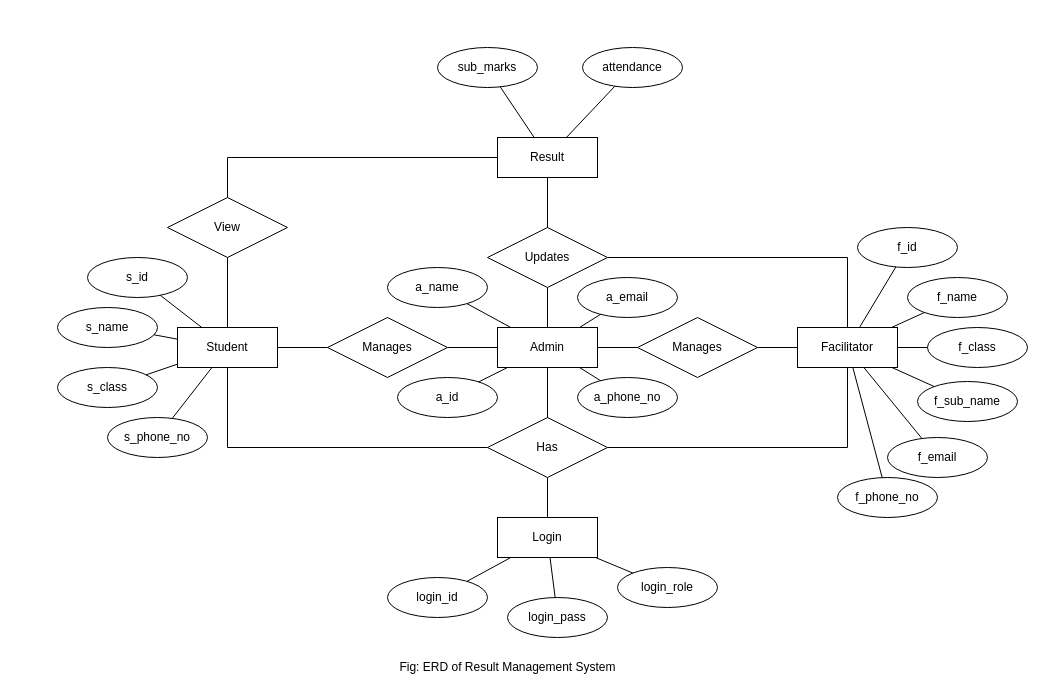
This is EssentialsDiagram/rmsERD.drawio from manojtsx/ResultManagementSystem-JAVA, a draw.io file, before an edit. Source tidied: cells renumbered, new cells numbered last; positions are measured from the earlier drawing's top-left corner, leaving out a move shared by most shapes. Both pictures are drawn from the tidied source at 100%, with x=0, y=0 at pixel (57, 47).
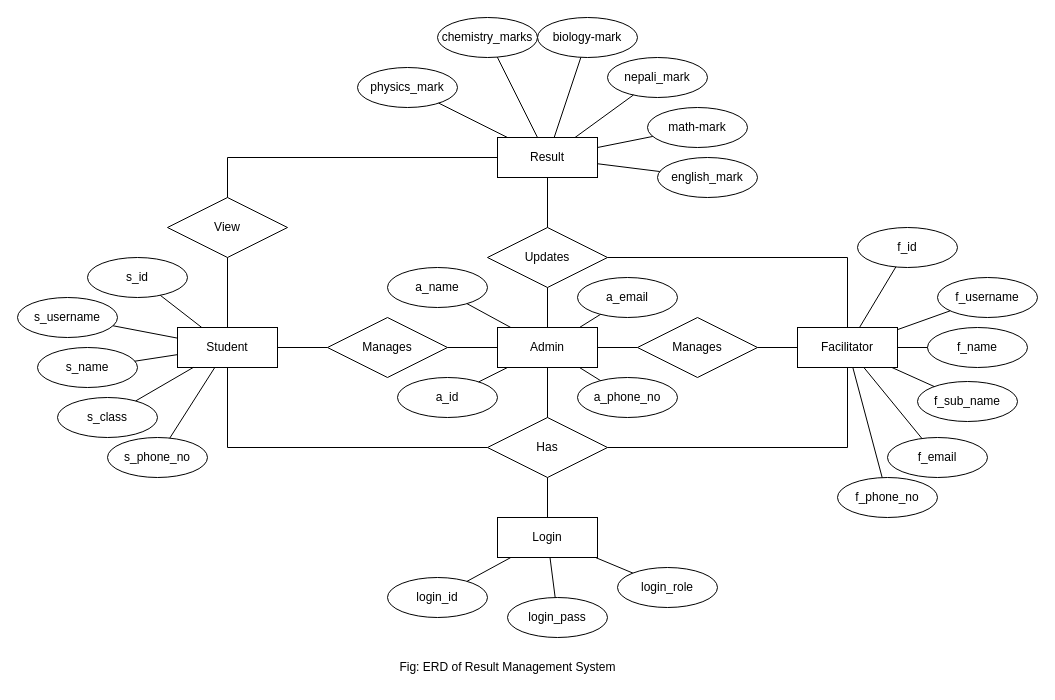
The same diagram, later.

The change refers to these unchanged cells:
```xml
<mxCell id="3" value="Facilitator" style="whiteSpace=wrap;html=1;align=center;" parent="1" vertex="1">
  <mxGeometry x="740" y="280" width="100" height="40" as="geometry" />
</mxCell>
<mxCell id="4" value="Student" style="whiteSpace=wrap;html=1;align=center;" parent="1" vertex="1">
  <mxGeometry x="120" y="280" width="100" height="40" as="geometry" />
</mxCell>
<mxCell id="6" value="Result" style="whiteSpace=wrap;html=1;align=center;" parent="1" vertex="1">
  <mxGeometry x="440" y="90" width="100" height="40" as="geometry" />
</mxCell>
```

The edit, as a diff of the source:
```diff
@@
-    <mxCell id="31" value="attendance" style="ellipse;whiteSpace=wrap;html=1;align=center;" parent="1" vertex="1">
-      <mxGeometry x="525" width="100" height="40" as="geometry" />
-    </mxCell>
-    <mxCell id="32" value="sub_marks" style="ellipse;whiteSpace=wrap;html=1;align=center;" parent="1" vertex="1">
-      <mxGeometry x="380" width="100" height="40" as="geometry" />
+    <mxCell id="32" value="physics_mark" style="ellipse;whiteSpace=wrap;html=1;align=center;" parent="1" vertex="1">
+      <mxGeometry x="300" y="20" width="100" height="40" as="geometry" />
     </mxCell>
@@
-    <mxCell id="34" style="endArrow=none;html=1;rounded=0;" parent="1" edge="1" source="31" target="6">
-      <mxGeometry relative="1" as="geometry" />
-    </mxCell>
@@
     <mxCell id="36" value="s_name" style="ellipse;whiteSpace=wrap;html=1;align=center;" parent="1" vertex="1">
-      <mxGeometry y="260" width="100" height="40" as="geometry" />
+      <mxGeometry x="-20" y="300" width="100" height="40" as="geometry" />
     </mxCell>
     <mxCell id="37" value="s_class" style="ellipse;whiteSpace=wrap;html=1;align=center;" parent="1" vertex="1">
-      <mxGeometry y="320" width="100" height="40" as="geometry" />
+      <mxGeometry y="350" width="100" height="40" as="geometry" />
     </mxCell>
     <mxCell id="38" value="s_phone_no" style="ellipse;whiteSpace=wrap;html=1;align=center;" parent="1" vertex="1">
-      <mxGeometry x="50" y="370" width="100" height="40" as="geometry" />
+      <mxGeometry x="50" y="390" width="100" height="40" as="geometry" />
     </mxCell>
@@
     <mxCell id="52" value="f_name" style="ellipse;whiteSpace=wrap;html=1;align=center;" parent="1" vertex="1">
-      <mxGeometry x="850" y="230" width="100" height="40" as="geometry" />
+      <mxGeometry x="870" y="280" width="100" height="40" as="geometry" />
     </mxCell>
-    <mxCell id="53" value="f_class" style="ellipse;whiteSpace=wrap;html=1;align=center;" parent="1" vertex="1">
-      <mxGeometry x="870" y="280" width="100" height="40" as="geometry" />
-    </mxCell>
@@
-    <mxCell id="59" style="endArrow=none;html=1;rounded=0;" parent="1" edge="1" source="3" target="53">
-      <mxGeometry relative="1" as="geometry" />
-    </mxCell>
@@
+    <mxCell id="64" value="chemistry_marks" style="ellipse;whiteSpace=wrap;html=1;align=center;" parent="1" vertex="1">
+      <mxGeometry x="380" y="-30" width="100" height="40" as="geometry" />
+    </mxCell>
+    <mxCell id="65" value="math-mark" style="ellipse;whiteSpace=wrap;html=1;align=center;" parent="1" vertex="1">
+      <mxGeometry x="590" y="60" width="100" height="40" as="geometry" />
+    </mxCell>
+    <mxCell id="66" value="biology-mark" style="ellipse;whiteSpace=wrap;html=1;align=center;" parent="1" vertex="1">
+      <mxGeometry x="480" y="-30" width="100" height="40" as="geometry" />
+    </mxCell>
+    <mxCell id="67" value="nepali_mark" style="ellipse;whiteSpace=wrap;html=1;align=center;" parent="1" vertex="1">
+      <mxGeometry x="550" y="10" width="100" height="40" as="geometry" />
+    </mxCell>
+    <mxCell id="68" value="english_mark" style="ellipse;whiteSpace=wrap;html=1;align=center;" parent="1" vertex="1">
+      <mxGeometry x="600" y="110" width="100" height="40" as="geometry" />
+    </mxCell>
+    <mxCell id="69" style="endArrow=none;html=1;rounded=0;" parent="1" edge="1" source="6" target="64">
+      <mxGeometry relative="1" as="geometry" />
+    </mxCell>
+    <mxCell id="70" style="endArrow=none;html=1;rounded=0;" parent="1" edge="1" source="6" target="66">
+      <mxGeometry relative="1" as="geometry" />
+    </mxCell>
+    <mxCell id="71" style="endArrow=none;html=1;rounded=0;" parent="1" edge="1" source="6" target="67">
+      <mxGeometry relative="1" as="geometry" />
+    </mxCell>
+    <mxCell id="72" style="endArrow=none;html=1;rounded=0;" parent="1" edge="1" source="6" target="65">
+      <mxGeometry relative="1" as="geometry" />
+    </mxCell>
+    <mxCell id="73" style="endArrow=none;html=1;rounded=0;" parent="1" edge="1" source="6" target="68">
+      <mxGeometry relative="1" as="geometry" />
+    </mxCell>
+    <mxCell id="74" value="f_username" style="ellipse;whiteSpace=wrap;html=1;align=center;" parent="1" vertex="1">
+      <mxGeometry x="880" y="230" width="100" height="40" as="geometry" />
+    </mxCell>
+    <mxCell id="75" style="endArrow=none;html=1;rounded=0;" parent="1" edge="1" source="3" target="74">
+      <mxGeometry relative="1" as="geometry" />
+    </mxCell>
+    <mxCell id="76" value="s_username" style="ellipse;whiteSpace=wrap;html=1;align=center;" parent="1" vertex="1">
+      <mxGeometry x="-40" y="250" width="100" height="40" as="geometry" />
+    </mxCell>
+    <mxCell id="77" style="endArrow=none;html=1;rounded=0;" parent="1" edge="1" source="76" target="4">
+      <mxGeometry relative="1" as="geometry" />
+    </mxCell>
```
